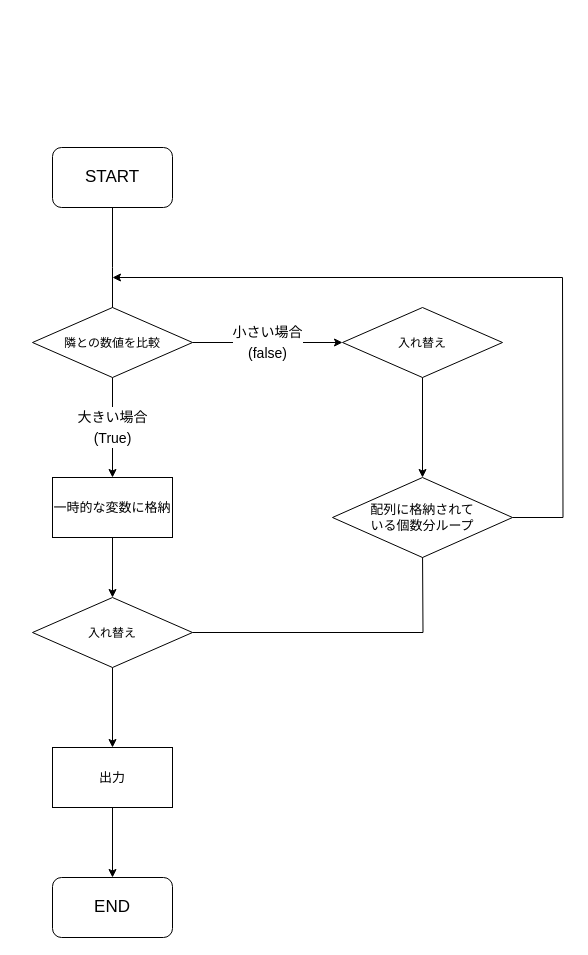
This is binary_search.drawio from kansai-gamer/todays-code, a draw.io file, before an edit. Source tidied: cells renumbered, new cells numbered last; positions are measured from the earlier drawing's top-left corner, leaving out a move shared by most shapes. Both pictures are drawn from the tidied source at 100%, with x=0, y=0 at pixel (32, 147).
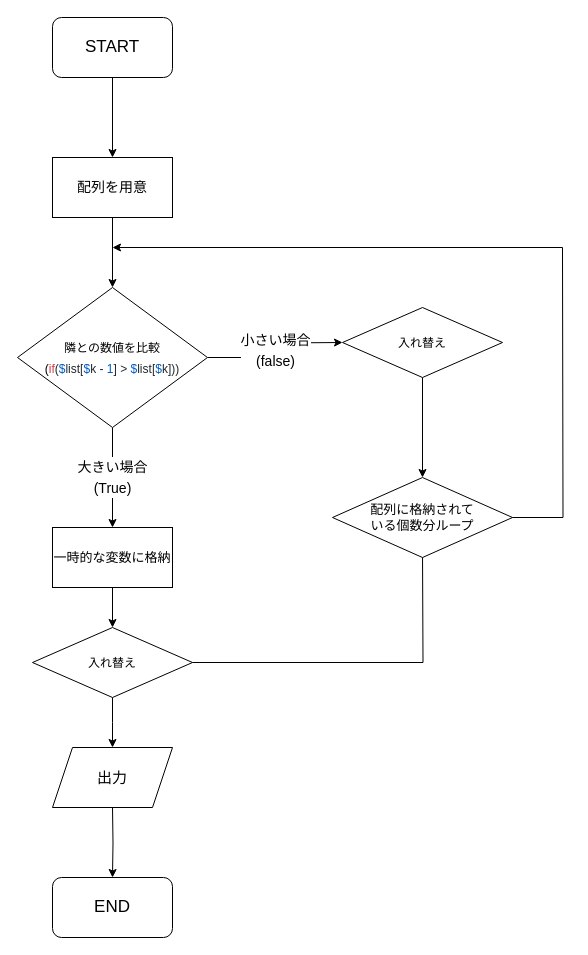
Above is the later version.

Commit message:
binary_search.drawio を更新します

The change refers to these unchanged cells:
```xml
<mxCell id="15" value="END" style="rounded=1;whiteSpace=wrap;html=1;fontSize=17;" parent="1" vertex="1">
  <mxGeometry x="20" y="730" width="120" height="60" as="geometry" />
</mxCell>
<mxCell id="19" value="&lt;div style=&quot;font-size: 13px&quot;&gt;配列に格納されて&lt;/div&gt;&lt;div style=&quot;font-size: 13px&quot;&gt;いる個数分ループ&lt;/div&gt;" style="rhombus;whiteSpace=wrap;html=1;fontSize=17;" parent="1" vertex="1">
  <mxGeometry x="300" y="330" width="180" height="80" as="geometry" />
</mxCell>
```

What changed in the source:
```diff
@@
-    <mxCell id="2" style="edgeStyle=orthogonalEdgeStyle;rounded=0;jettySize=auto;html=1;entryX=0.5;entryY=0;entryDx=0;entryDy=0;fontSize=17;" parent="1" edge="1" source="3">
-      <mxGeometry relative="1" as="geometry">
-        <mxPoint x="80" y="180" as="targetPoint" />
-      </mxGeometry>
-    </mxCell>
+    <mxCell id="20" style="edgeStyle=orthogonalEdgeStyle;rounded=0;jettySize=auto;html=1;entryX=0.5;entryY=0;entryDx=0;entryDy=0;fontSize=17;" parent="1" edge="1" source="3" target="22">
+      <mxGeometry relative="1" as="geometry" />
+    </mxCell>
     <mxCell id="3" value="START" style="rounded=1;whiteSpace=wrap;html=1;fontSize=17;" parent="1" vertex="1">
-      <mxGeometry x="20" width="120" height="60" as="geometry" />
+      <mxGeometry x="20" y="-130" width="120" height="60" as="geometry" />
     </mxCell>
@@
-    <mxCell id="6" value="&lt;font style=&quot;font-size: 12px&quot;&gt;隣との数値を比較&lt;/font&gt;" style="rhombus;whiteSpace=wrap;html=1;fontSize=17;" parent="1" vertex="1">
-      <mxGeometry y="160" width="160" height="70" as="geometry" />
+    <mxCell id="6" value="&lt;font style=&quot;font-size: 12px&quot;&gt;隣との数値を比較&lt;br&gt;(&lt;span class=&quot;pl-k&quot; style=&quot;box-sizing: border-box ; color: rgb(215 , 58 , 73) ; font-family: , &amp;#34;consolas&amp;#34; , &amp;#34;liberation mono&amp;#34; , &amp;#34;menlo&amp;#34; , monospace ; background-color: rgb(255 , 255 , 255)&quot;&gt;if&lt;/span&gt;&lt;span style=&quot;color: rgb(36 , 41 , 46) ; font-family: , &amp;#34;consolas&amp;#34; , &amp;#34;liberation mono&amp;#34; , &amp;#34;menlo&amp;#34; , monospace ; background-color: rgb(255 , 255 , 255)&quot;&gt;(&lt;/span&gt;&lt;span class=&quot;pl-s1&quot; style=&quot;box-sizing: border-box ; color: rgb(36 , 41 , 46) ; font-family: , &amp;#34;consolas&amp;#34; , &amp;#34;liberation mono&amp;#34; , &amp;#34;menlo&amp;#34; , monospace ; background-color: rgb(255 , 255 , 255)&quot;&gt;&lt;span class=&quot;pl-c1&quot; style=&quot;box-sizing: border-box ; color: rgb(0 , 92 , 197)&quot;&gt;$&lt;/span&gt;list&lt;/span&gt;&lt;span style=&quot;color: rgb(36 , 41 , 46) ; font-family: , &amp;#34;consolas&amp;#34; , &amp;#34;liberation mono&amp;#34; , &amp;#34;menlo&amp;#34; , monospace ; background-color: rgb(255 , 255 , 255)&quot;&gt;[&lt;/span&gt;&lt;span class=&quot;pl-s1&quot; style=&quot;box-sizing: border-box ; color: rgb(36 , 41 , 46) ; font-family: , &amp;#34;consolas&amp;#34; , &amp;#34;liberation mono&amp;#34; , &amp;#34;menlo&amp;#34; , monospace ; background-color: rgb(255 , 255 , 255)&quot;&gt;&lt;span class=&quot;pl-c1&quot; style=&quot;box-sizing: border-box ; color: rgb(0 , 92 , 197)&quot;&gt;$&lt;/span&gt;k&lt;/span&gt;&lt;span style=&quot;color: rgb(36 , 41 , 46) ; font-family: , &amp;#34;consolas&amp;#34; , &amp;#34;liberation mono&amp;#34; , &amp;#34;menlo&amp;#34; , monospace ; background-color: rgb(255 , 255 , 255)&quot;&gt; - &lt;/span&gt;&lt;span class=&quot;pl-c1&quot; style=&quot;box-sizing: border-box ; color: rgb(0 , 92 , 197) ; font-family: , &amp;#34;consolas&amp;#34; , &amp;#34;liberation mono&amp;#34; , &amp;#34;menlo&amp;#34; , monospace ; background-color: rgb(255 , 255 , 255)&quot;&gt;1&lt;/span&gt;&lt;span style=&quot;color: rgb(36 , 41 , 46) ; font-family: , &amp;#34;consolas&amp;#34; , &amp;#34;liberation mono&amp;#34; , &amp;#34;menlo&amp;#34; , monospace ; background-color: rgb(255 , 255 , 255)&quot;&gt;] &amp;gt; &lt;/span&gt;&lt;span class=&quot;pl-s1&quot; style=&quot;box-sizing: border-box ; color: rgb(36 , 41 , 46) ; font-family: , &amp;#34;consolas&amp;#34; , &amp;#34;liberation mono&amp;#34; , &amp;#34;menlo&amp;#34; , monospace ; background-color: rgb(255 , 255 , 255)&quot;&gt;&lt;span class=&quot;pl-c1&quot; style=&quot;box-sizing: border-box ; color: rgb(0 , 92 , 197)&quot;&gt;$&lt;/span&gt;list&lt;/span&gt;&lt;span style=&quot;color: rgb(36 , 41 , 46) ; font-family: , &amp;#34;consolas&amp;#34; , &amp;#34;liberation mono&amp;#34; , &amp;#34;menlo&amp;#34; , monospace ; background-color: rgb(255 , 255 , 255)&quot;&gt;[&lt;/span&gt;&lt;span class=&quot;pl-s1&quot; style=&quot;box-sizing: border-box ; color: rgb(36 , 41 , 46) ; font-family: , &amp;#34;consolas&amp;#34; , &amp;#34;liberation mono&amp;#34; , &amp;#34;menlo&amp;#34; , monospace ; background-color: rgb(255 , 255 , 255)&quot;&gt;&lt;span class=&quot;pl-c1&quot; style=&quot;box-sizing: border-box ; color: rgb(0 , 92 , 197)&quot;&gt;$&lt;/span&gt;k&lt;/span&gt;&lt;span style=&quot;color: rgb(36 , 41 , 46) ; font-family: , &amp;#34;consolas&amp;#34; , &amp;#34;liberation mono&amp;#34; , &amp;#34;menlo&amp;#34; , monospace ; background-color: rgb(255 , 255 , 255)&quot;&gt;]))&lt;/span&gt;&lt;br&gt;&lt;/font&gt;" style="rhombus;whiteSpace=wrap;html=1;fontSize=17;" parent="1" vertex="1">
+      <mxGeometry x="-15" y="140" width="190" height="140" as="geometry" />
     </mxCell>
     <mxCell id="7" style="edgeStyle=orthogonalEdgeStyle;rounded=0;jumpStyle=arc;orthogonalLoop=1;jettySize=auto;html=1;strokeColor=#000000;" parent="1" edge="1">
       <mxGeometry relative="1" as="geometry">
-        <mxPoint x="530" y="130" as="sourcePoint" />
-        <mxPoint x="80" y="130" as="targetPoint" />
+        <mxPoint x="530" y="100" as="sourcePoint" />
+        <mxPoint x="80" y="100" as="targetPoint" />
       </mxGeometry>
     </mxCell>
@@
     <mxCell id="9" value="&lt;font style=&quot;font-size: 13px&quot;&gt;一時的な変数に格納&lt;/font&gt;" style="rounded=0;whiteSpace=wrap;html=1;fontSize=14;" parent="1" vertex="1">
-      <mxGeometry x="20" y="330" width="120" height="60" as="geometry" />
+      <mxGeometry x="20" y="380" width="120" height="60" as="geometry" />
     </mxCell>
@@
-    <mxCell id="11" style="edgeStyle=orthogonalEdgeStyle;rounded=0;jettySize=auto;html=1;entryX=0.5;entryY=0;entryDx=0;entryDy=0;fontSize=17;" parent="1" edge="1" source="12" target="14">
-      <mxGeometry relative="1" as="geometry" />
+    <mxCell id="11" style="edgeStyle=orthogonalEdgeStyle;rounded=0;jettySize=auto;html=1;entryX=0.5;entryY=0;entryDx=0;entryDy=0;fontSize=17;" parent="1" edge="1" source="12">
+      <mxGeometry relative="1" as="geometry">
+        <mxPoint x="80" y="600" as="targetPoint" />
+      </mxGeometry>
     </mxCell>
     <mxCell id="12" value="&lt;span style=&quot;font-size: 12px&quot;&gt;入れ替え&lt;/span&gt;" style="rhombus;whiteSpace=wrap;html=1;fontSize=17;" parent="1" vertex="1">
-      <mxGeometry y="450" width="160" height="70" as="geometry" />
+      <mxGeometry y="480" width="160" height="70" as="geometry" />
     </mxCell>
-    <mxCell id="13" style="edgeStyle=orthogonalEdgeStyle;rounded=0;jettySize=auto;html=1;entryX=0.5;entryY=0;entryDx=0;entryDy=0;fontSize=17;" parent="1" edge="1" source="14" target="15">
-      <mxGeometry relative="1" as="geometry" />
+    <mxCell id="13" style="edgeStyle=orthogonalEdgeStyle;rounded=0;jettySize=auto;html=1;entryX=0.5;entryY=0;entryDx=0;entryDy=0;fontSize=17;" parent="1" edge="1" target="15">
+      <mxGeometry relative="1" as="geometry">
+        <mxPoint x="80" y="660" as="sourcePoint" />
+      </mxGeometry>
     </mxCell>
-    <mxCell id="14" value="&lt;font style=&quot;font-size: 13px&quot;&gt;出力&lt;/font&gt;" style="rounded=0;whiteSpace=wrap;html=1;fontSize=14;" parent="1" vertex="1">
-      <mxGeometry x="20" y="600" width="120" height="60" as="geometry" />
-    </mxCell>
@@
     <mxCell id="18" style="edgeStyle=orthogonalEdgeStyle;jumpStyle=arc;jettySize=auto;html=1;strokeColor=#000000;verticalAlign=bottom;horizontal=0;fontStyle=0;align=right;labelBackgroundColor=#ffffff;rounded=0;endArrow=none;endFill=0;" parent="1" edge="1" source="19">
       <mxGeometry relative="1" as="geometry">
-        <mxPoint x="530" y="130" as="targetPoint" />
+        <mxPoint x="530" y="100" as="targetPoint" />
       </mxGeometry>
     </mxCell>
@@
+    <mxCell id="14" value="出力" style="shape=parallelogram;perimeter=parallelogramPerimeter;whiteSpace=wrap;html=1;fixedSize=1;fontSize=15;" parent="1" vertex="1">
+      <mxGeometry x="20" y="600" width="120" height="60" as="geometry" />
+    </mxCell>
+    <mxCell id="21" style="edgeStyle=orthogonalEdgeStyle;rounded=0;jettySize=auto;html=1;entryX=0.5;entryY=0;entryDx=0;entryDy=0;fontSize=17;" parent="1" edge="1" source="22" target="6">
+      <mxGeometry relative="1" as="geometry" />
+    </mxCell>
+    <mxCell id="22" value="&lt;font style=&quot;font-size: 14px;&quot;&gt;配列を用意&lt;/font&gt;" style="rounded=0;whiteSpace=wrap;html=1;fontSize=14;" parent="1" vertex="1">
+      <mxGeometry x="20" y="10" width="120" height="60" as="geometry" />
+    </mxCell>
```
